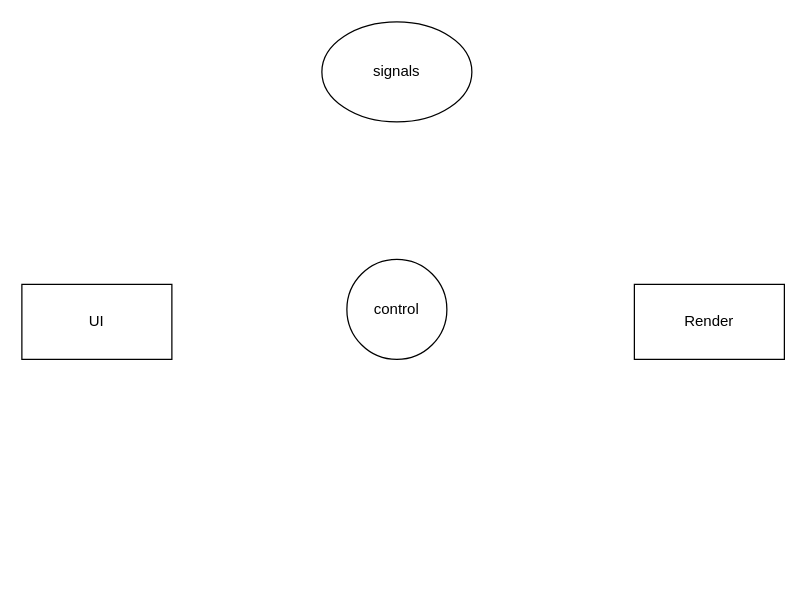
This is editor.drawio from hiotk/umldiagrams, a draw.io file, before an edit. Source tidied: cells renumbered, new cells numbered last; positions are measured from the earlier drawing's top-left corner, leaving out a move shared by most shapes. Both pictures are drawn from the tidied source at 125%, with x=0, y=0 at pixel (21, 21).
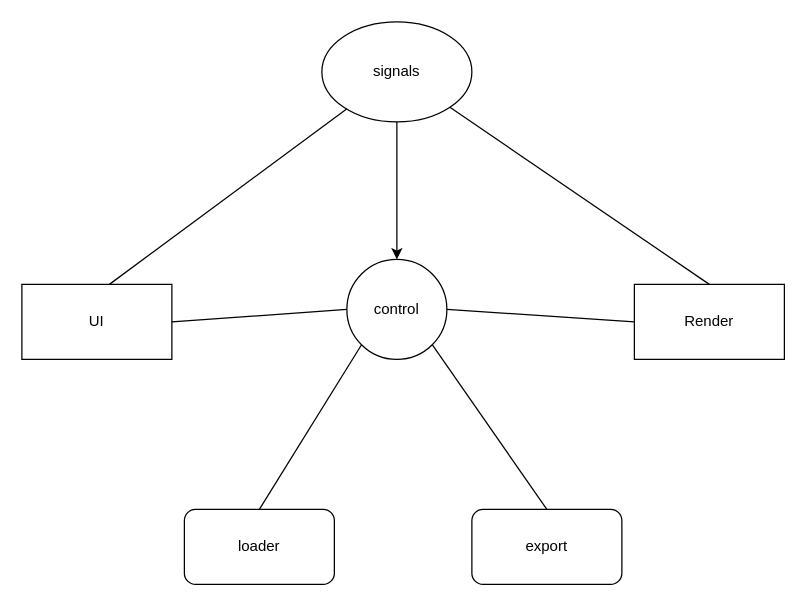
The same diagram, later.

Change to the diagram source:
```diff
@@
 <mxGraphModel>
   <root>
     <mxCell id="0" />
     <mxCell id="1" parent="0" />
+    <mxCell id="6" style="edgeStyle=orthogonalEdgeStyle;rounded=0;jettySize=auto;html=1;exitX=0.5;exitY=1;exitDx=0;exitDy=0;" parent="1" edge="1" source="2" target="5">
+      <mxGeometry relative="1" as="geometry" />
+    </mxCell>
     <mxCell id="2" value="signals" style="ellipse;whiteSpace=wrap;html=1;" parent="1" vertex="1">
       <mxGeometry x="240" width="120" height="80" as="geometry" />
     </mxCell>
     <mxCell id="3" value="UI" style="rounded=0;whiteSpace=wrap;html=1;" parent="1" vertex="1">
       <mxGeometry y="210" width="120" height="60" as="geometry" />
     </mxCell>
     <mxCell id="4" value="Render" style="rounded=0;whiteSpace=wrap;html=1;" parent="1" vertex="1">
       <mxGeometry x="490" y="210" width="120" height="60" as="geometry" />
     </mxCell>
     <mxCell id="5" value="control" style="ellipse;whiteSpace=wrap;html=1;" parent="1" vertex="1">
       <mxGeometry x="260" y="190" width="80" height="80" as="geometry" />
     </mxCell>
+    <mxCell id="7" value="loader" style="rounded=1;whiteSpace=wrap;html=1;" parent="1" vertex="1">
+      <mxGeometry x="130" y="390" width="120" height="60" as="geometry" />
+    </mxCell>
+    <mxCell id="8" value="export" style="rounded=1;whiteSpace=wrap;html=1;" parent="1" vertex="1">
+      <mxGeometry x="360" y="390" width="120" height="60" as="geometry" />
+    </mxCell>
+    <mxCell id="9" style="endArrow=none;html=1;rounded=0;" parent="1" edge="1" target="2">
+      <mxGeometry relative="1" as="geometry">
+        <mxPoint x="70" y="210" as="sourcePoint" />
+      </mxGeometry>
+    </mxCell>
+    <mxCell id="10" style="endArrow=none;html=1;rounded=0;entryX=0;entryY=1;entryDx=0;entryDy=0;" parent="1" edge="1" target="5">
+      <mxGeometry relative="1" as="geometry">
+        <mxPoint x="190" y="390" as="sourcePoint" />
+      </mxGeometry>
+    </mxCell>
+    <mxCell id="11" style="endArrow=none;html=1;rounded=0;entryX=1;entryY=1;entryDx=0;entryDy=0;exitX=0.5;exitY=0;exitDx=0;exitDy=0;" parent="1" edge="1" source="8" target="5">
+      <mxGeometry relative="1" as="geometry" />
+    </mxCell>
+    <mxCell id="12" style="endArrow=none;html=1;rounded=0;entryX=1;entryY=1;entryDx=0;entryDy=0;exitX=0.5;exitY=0;exitDx=0;exitDy=0;" parent="1" edge="1" source="4" target="2">
+      <mxGeometry relative="1" as="geometry" />
+    </mxCell>
+    <mxCell id="13" style="endArrow=none;html=1;rounded=0;exitX=1;exitY=0.5;exitDx=0;exitDy=0;entryX=0;entryY=0.5;entryDx=0;entryDy=0;" parent="1" edge="1" source="3" target="5">
+      <mxGeometry relative="1" as="geometry" />
+    </mxCell>
+    <mxCell id="14" style="endArrow=none;html=1;rounded=0;exitX=1;exitY=0.5;exitDx=0;exitDy=0;entryX=0;entryY=0.5;entryDx=0;entryDy=0;" parent="1" edge="1" source="5" target="4">
+      <mxGeometry relative="1" as="geometry" />
+    </mxCell>
   </root>
 </mxGraphModel>
```
